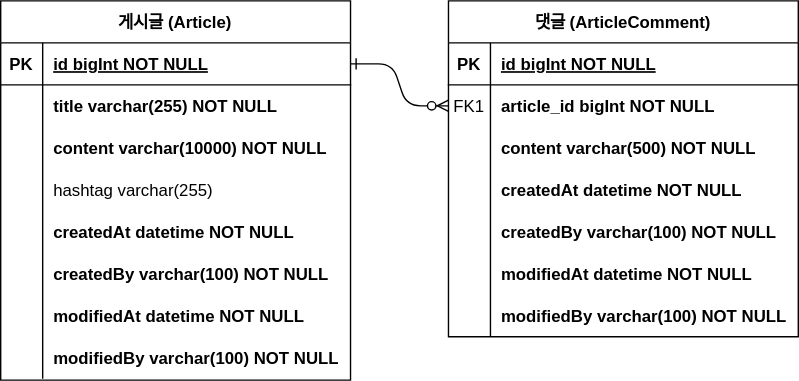
YuKyung-Chung/board-service keeps this draw.io diagram as document/board-erd.svg. Above is the earlier version. Source tidied: cells renumbered, new cells last; positions are measured from the earlier drawing's top-left corner, leaving out a move shared by most shapes.
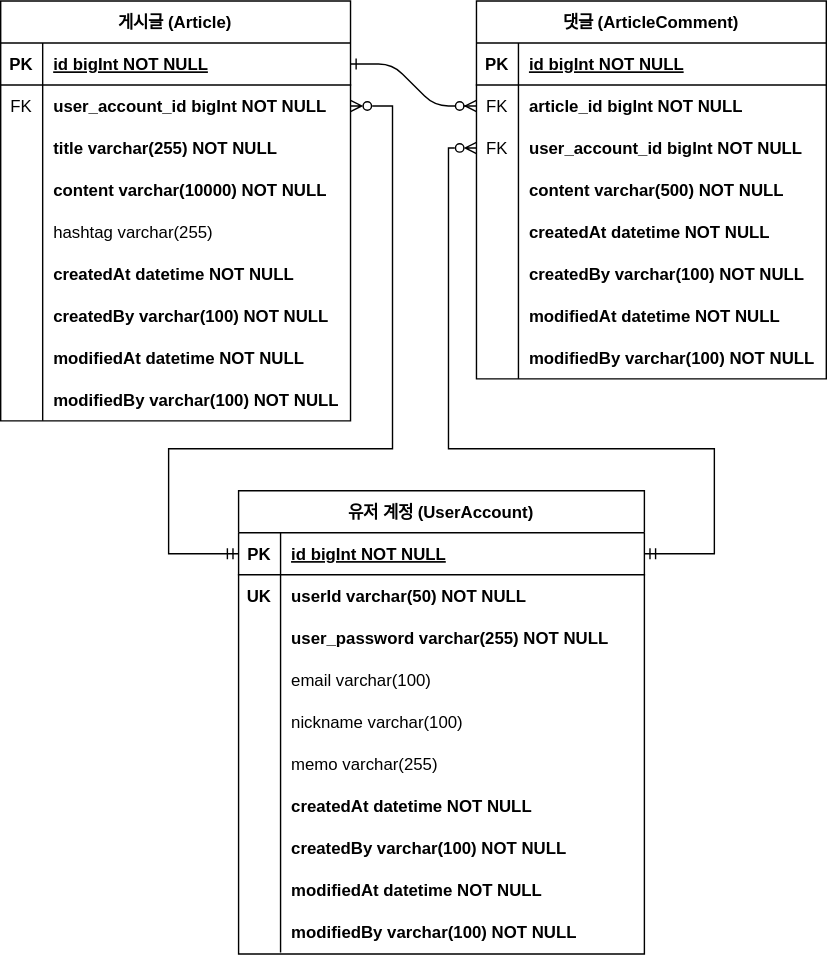
After the commit.

Commit message:
#17 - board-erd.svg에 유저계정 도메인 추가

Change to the diagram source:
```diff
@@ -6,7 +6,7 @@
       <mxGeometry relative="1" as="geometry" />
     </mxCell>
     <mxCell id="3" value="댓글 (ArticleComment)" style="shape=table;startSize=30;rowLines=0;fontStyle=1;align=center;" parent="1" vertex="1">
-      <mxGeometry x="320" width="250" height="240" as="geometry" />
+      <mxGeometry x="340" width="250" height="270" as="geometry" />
     </mxCell>
     <mxCell id="4" style="shape=partialRectangle;fillColor=none;top=0;left=0;right=0;bottom=1;" parent="3" vertex="1">
       <mxGeometry y="30" width="250" height="30" as="geometry" />
@@ -20,14 +20,23 @@
     <mxCell id="7" style="shape=partialRectangle;fillColor=none;points=[[0,0.5],[1,0.5]];portConstraint=eastwest;top=0;left=0;right=0;bottom=0;" parent="3" vertex="1">
       <mxGeometry y="60" width="250" height="30" as="geometry" />
     </mxCell>
-    <mxCell id="8" value="FK1" style="shape=partialRectangle;overflow=hidden;fillColor=none;top=0;left=0;bottom=0;right=0;" parent="7" vertex="1">
+    <mxCell id="8" value="FK" style="shape=partialRectangle;overflow=hidden;fillColor=none;top=0;left=0;bottom=0;right=0;" parent="7" vertex="1">
       <mxGeometry width="30" height="30" as="geometry" />
     </mxCell>
     <mxCell id="9" value="article_id bigInt NOT NULL" style="shape=partialRectangle;overflow=hidden;fillColor=none;top=0;left=0;bottom=0;right=0;align=left;spacingLeft=6;fontStyle=1;" parent="7" vertex="1">
       <mxGeometry x="30" width="220" height="30" as="geometry" />
     </mxCell>
+    <mxCell id="50" style="shape=partialRectangle;fillColor=none;points=[[0,0.5],[1,0.5]];portConstraint=eastwest;top=0;left=0;right=0;bottom=0;" parent="3" vertex="1">
+      <mxGeometry y="90" width="250" height="30" as="geometry" />
+    </mxCell>
+    <mxCell id="51" value="FK" style="shape=partialRectangle;overflow=hidden;fillColor=none;top=0;left=0;bottom=0;right=0;" parent="50" vertex="1">
+      <mxGeometry width="30" height="30" as="geometry" />
+    </mxCell>
+    <mxCell id="52" value="user_account_id bigInt NOT NULL" style="shape=partialRectangle;overflow=hidden;fillColor=none;top=0;left=0;bottom=0;right=0;align=left;spacingLeft=6;fontStyle=1;" parent="50" vertex="1">
+      <mxGeometry x="30" width="220" height="30" as="geometry" />
+    </mxCell>
     <mxCell id="10" style="shape=partialRectangle;fillColor=none;top=0;left=0;right=0;bottom=0;" parent="3" vertex="1">
-      <mxGeometry y="90" width="250" height="30" as="geometry" />
+      <mxGeometry y="120" width="250" height="30" as="geometry" />
     </mxCell>
     <mxCell id="11" style="shape=partialRectangle;overflow=hidden;fillColor=none;top=0;left=0;bottom=0;right=0;" parent="10" vertex="1">
       <mxGeometry width="30" height="30" as="geometry" />
@@ -36,7 +45,7 @@
       <mxGeometry x="30" width="220" height="30" as="geometry" />
     </mxCell>
     <mxCell id="13" style="shape=partialRectangle;fillColor=none;top=0;left=0;right=0;bottom=0;" parent="3" vertex="1">
-      <mxGeometry y="120" width="250" height="30" as="geometry" />
+      <mxGeometry y="150" width="250" height="30" as="geometry" />
     </mxCell>
     <mxCell id="14" style="shape=partialRectangle;overflow=hidden;fillColor=none;top=0;left=0;bottom=0;right=0;" parent="13" vertex="1">
       <mxGeometry width="30" height="30" as="geometry" />
@@ -45,7 +54,7 @@
       <mxGeometry x="30" width="220" height="30" as="geometry" />
     </mxCell>
     <mxCell id="16" style="shape=partialRectangle;fillColor=none;top=0;left=0;right=0;bottom=0;" parent="3" vertex="1">
-      <mxGeometry y="150" width="250" height="30" as="geometry" />
+      <mxGeometry y="180" width="250" height="30" as="geometry" />
     </mxCell>
     <mxCell id="17" style="shape=partialRectangle;overflow=hidden;fillColor=none;top=0;left=0;bottom=0;right=0;" parent="16" vertex="1">
       <mxGeometry width="30" height="30" as="geometry" />
@@ -54,7 +63,7 @@
       <mxGeometry x="30" width="220" height="30" as="geometry" />
     </mxCell>
     <mxCell id="19" style="shape=partialRectangle;fillColor=none;top=0;left=0;right=0;bottom=0;" parent="3" vertex="1">
-      <mxGeometry y="180" width="250" height="30" as="geometry" />
+      <mxGeometry y="210" width="250" height="30" as="geometry" />
     </mxCell>
     <mxCell id="20" style="shape=partialRectangle;overflow=hidden;fillColor=none;top=0;left=0;bottom=0;right=0;" parent="19" vertex="1">
       <mxGeometry width="30" height="30" as="geometry" />
@@ -63,7 +72,7 @@
       <mxGeometry x="30" width="220" height="30" as="geometry" />
     </mxCell>
     <mxCell id="22" style="shape=partialRectangle;fillColor=none;top=0;left=0;right=0;bottom=0;" parent="3" vertex="1">
-      <mxGeometry y="210" width="250" height="30" as="geometry" />
+      <mxGeometry y="240" width="250" height="30" as="geometry" />
     </mxCell>
     <mxCell id="23" style="shape=partialRectangle;overflow=hidden;fillColor=none;top=0;left=0;bottom=0;right=0;" parent="22" vertex="1">
       <mxGeometry width="30" height="30" as="geometry" />
@@ -72,7 +81,7 @@
       <mxGeometry x="30" width="220" height="30" as="geometry" />
     </mxCell>
     <mxCell id="25" value="게시글 (Article)" style="shape=table;startSize=30;rowLines=0;fontStyle=1;align=center;" parent="1" vertex="1">
-      <mxGeometry width="250" height="271" as="geometry" />
+      <mxGeometry width="250" height="300" as="geometry" />
     </mxCell>
     <mxCell id="26" style="shape=partialRectangle;fillColor=none;points=[[0,0.5],[1,0.5]];portConstraint=eastwest;top=0;left=0;right=0;bottom=1;" parent="25" vertex="1">
       <mxGeometry y="30" width="250" height="30" as="geometry" />
@@ -89,11 +98,20 @@
     <mxCell id="30" style="shape=partialRectangle;overflow=hidden;fillColor=none;top=0;left=0;bottom=0;right=0;" parent="29" vertex="1">
       <mxGeometry width="30" height="30" as="geometry" />
     </mxCell>
-    <mxCell id="31" value="title varchar(255) NOT NULL" style="shape=partialRectangle;overflow=hidden;fillColor=none;top=0;left=0;bottom=0;right=0;align=left;spacingLeft=6;fontStyle=1;" parent="29" vertex="1">
+    <mxCell id="31" value="user_account_id bigInt NOT NULL" style="shape=partialRectangle;overflow=hidden;fillColor=none;top=0;left=0;bottom=0;right=0;align=left;spacingLeft=6;fontStyle=1;" parent="29" vertex="1">
       <mxGeometry x="30" width="220" height="30" as="geometry" />
     </mxCell>
+    <mxCell id="53" style="shape=partialRectangle;fillColor=none;top=0;left=0;right=0;bottom=0;" parent="25" vertex="1">
+      <mxGeometry y="90" width="250" height="30" as="geometry" />
+    </mxCell>
+    <mxCell id="54" style="shape=partialRectangle;overflow=hidden;fillColor=none;top=0;left=0;bottom=0;right=0;" parent="53" vertex="1">
+      <mxGeometry width="30" height="30" as="geometry" />
+    </mxCell>
+    <mxCell id="55" value="title varchar(255) NOT NULL" style="shape=partialRectangle;overflow=hidden;fillColor=none;top=0;left=0;bottom=0;right=0;align=left;spacingLeft=6;fontStyle=1;" parent="53" vertex="1">
+      <mxGeometry x="30" width="220" height="30" as="geometry" />
+    </mxCell>
     <mxCell id="32" style="shape=partialRectangle;fillColor=none;top=0;left=0;right=0;bottom=0;" parent="25" vertex="1">
-      <mxGeometry y="90" width="250" height="30" as="geometry" />
+      <mxGeometry y="120" width="250" height="30" as="geometry" />
     </mxCell>
     <mxCell id="33" style="shape=partialRectangle;overflow=hidden;fillColor=none;top=0;left=0;bottom=0;right=0;" parent="32" vertex="1">
       <mxGeometry width="30" height="30" as="geometry" />
@@ -102,7 +120,7 @@
       <mxGeometry x="30" width="220" height="30" as="geometry" />
     </mxCell>
     <mxCell id="35" style="shape=partialRectangle;fillColor=none;top=0;left=0;right=0;bottom=0;" parent="25" vertex="1">
-      <mxGeometry y="120" width="250" height="30" as="geometry" />
+      <mxGeometry y="150" width="250" height="30" as="geometry" />
     </mxCell>
     <mxCell id="36" style="shape=partialRectangle;overflow=hidden;fillColor=none;top=0;left=0;bottom=0;right=0;" parent="35" vertex="1">
       <mxGeometry width="30" height="30" as="geometry" />
@@ -111,7 +129,7 @@
       <mxGeometry x="30" width="220" height="30" as="geometry" />
     </mxCell>
     <mxCell id="38" style="shape=partialRectangle;fillColor=none;top=0;left=0;right=0;bottom=0;" parent="25" vertex="1">
-      <mxGeometry y="150" width="250" height="30" as="geometry" />
+      <mxGeometry y="180" width="250" height="30" as="geometry" />
     </mxCell>
     <mxCell id="39" style="shape=partialRectangle;overflow=hidden;fillColor=none;top=0;left=0;bottom=0;right=0;" parent="38" vertex="1">
       <mxGeometry width="30" height="30" as="geometry" />
@@ -120,7 +138,7 @@
       <mxGeometry x="30" width="220" height="30" as="geometry" />
     </mxCell>
     <mxCell id="41" style="shape=partialRectangle;fillColor=none;top=0;left=0;right=0;bottom=0;" parent="25" vertex="1">
-      <mxGeometry y="180" width="250" height="30" as="geometry" />
+      <mxGeometry y="210" width="250" height="30" as="geometry" />
     </mxCell>
     <mxCell id="42" style="shape=partialRectangle;overflow=hidden;fillColor=none;top=0;left=0;bottom=0;right=0;" parent="41" vertex="1">
       <mxGeometry width="30" height="30" as="geometry" />
@@ -129,7 +147,7 @@
       <mxGeometry x="30" width="220" height="30" as="geometry" />
     </mxCell>
     <mxCell id="44" style="shape=partialRectangle;fillColor=none;top=0;left=0;right=0;bottom=0;" parent="25" vertex="1">
-      <mxGeometry y="210" width="250" height="30" as="geometry" />
+      <mxGeometry y="240" width="250" height="30" as="geometry" />
     </mxCell>
     <mxCell id="45" style="shape=partialRectangle;overflow=hidden;fillColor=none;top=0;left=0;bottom=0;right=0;" parent="44" vertex="1">
       <mxGeometry width="30" height="30" as="geometry" />
@@ -138,7 +156,7 @@
       <mxGeometry x="30" width="220" height="30" as="geometry" />
     </mxCell>
     <mxCell id="47" style="shape=partialRectangle;fillColor=none;top=0;left=0;right=0;bottom=0;" parent="25" vertex="1">
-      <mxGeometry y="240" width="250" height="30" as="geometry" />
+      <mxGeometry y="270" width="250" height="30" as="geometry" />
     </mxCell>
     <mxCell id="48" style="shape=partialRectangle;overflow=hidden;fillColor=none;top=0;left=0;bottom=0;right=0;" parent="47" vertex="1">
       <mxGeometry width="30" height="30" as="geometry" />
@@ -146,5 +164,124 @@
     <mxCell id="49" value="modifiedBy varchar(100) NOT NULL" style="shape=partialRectangle;overflow=hidden;fillColor=none;top=0;left=0;bottom=0;right=0;align=left;spacingLeft=6;fontStyle=1;" parent="47" vertex="1">
       <mxGeometry x="30" width="220" height="30" as="geometry" />
     </mxCell>
+    <mxCell id="56" value="유저 계정 (UserAccount)" style="shape=table;startSize=30;rowLines=0;fontStyle=1;align=center;" parent="1" vertex="1">
+      <mxGeometry x="170" y="350" width="290" height="331" as="geometry" />
+    </mxCell>
+    <mxCell id="57" style="shape=partialRectangle;fillColor=none;points=[[0,0.5],[1,0.5]];portConstraint=eastwest;top=0;left=0;right=0;bottom=1;" parent="56" vertex="1">
+      <mxGeometry y="30" width="290" height="30" as="geometry" />
+    </mxCell>
+    <mxCell id="58" value="PK" style="shape=partialRectangle;overflow=hidden;fillColor=none;top=0;left=0;bottom=0;right=0;fontStyle=1;" parent="57" vertex="1">
+      <mxGeometry width="30" height="30" as="geometry" />
+    </mxCell>
+    <mxCell id="59" value="id bigInt NOT NULL " style="shape=partialRectangle;overflow=hidden;fillColor=none;top=0;left=0;bottom=0;right=0;align=left;spacingLeft=6;fontStyle=5;" parent="57" vertex="1">
+      <mxGeometry x="30" width="260" height="30" as="geometry" />
+    </mxCell>
+    <mxCell id="60" style="shape=partialRectangle;fillColor=none;top=0;left=0;right=0;bottom=0;" parent="56" vertex="1">
+      <mxGeometry y="60" width="290" height="30" as="geometry" />
+    </mxCell>
+    <mxCell id="61" style="shape=partialRectangle;overflow=hidden;fillColor=none;top=0;left=0;bottom=0;right=0;" parent="60" vertex="1">
+      <mxGeometry width="30" height="30" as="geometry" />
+    </mxCell>
+    <mxCell id="62" value="userId varchar(50) NOT NULL" style="shape=partialRectangle;overflow=hidden;fillColor=none;top=0;left=0;bottom=0;right=0;align=left;spacingLeft=6;fontStyle=1;" parent="60" vertex="1">
+      <mxGeometry x="30" width="260" height="30" as="geometry" />
+    </mxCell>
+    <mxCell id="63" style="shape=partialRectangle;fillColor=none;top=0;left=0;right=0;bottom=0;" parent="56" vertex="1">
+      <mxGeometry y="90" width="290" height="30" as="geometry" />
+    </mxCell>
+    <mxCell id="64" style="shape=partialRectangle;overflow=hidden;fillColor=none;top=0;left=0;bottom=0;right=0;" parent="63" vertex="1">
+      <mxGeometry width="30" height="30" as="geometry" />
+    </mxCell>
+    <mxCell id="65" value="user_password varchar(255) NOT NULL" style="shape=partialRectangle;overflow=hidden;fillColor=none;top=0;left=0;bottom=0;right=0;align=left;spacingLeft=6;fontStyle=1;" parent="63" vertex="1">
+      <mxGeometry x="30" width="260" height="30" as="geometry" />
+    </mxCell>
+    <mxCell id="66" style="shape=partialRectangle;fillColor=none;top=0;left=0;right=0;bottom=0;" parent="56" vertex="1">
+      <mxGeometry y="120" width="290" height="30" as="geometry" />
+    </mxCell>
+    <mxCell id="67" style="shape=partialRectangle;overflow=hidden;fillColor=none;top=0;left=0;bottom=0;right=0;" parent="66" vertex="1">
+      <mxGeometry width="30" height="30" as="geometry" />
+    </mxCell>
+    <mxCell id="68" value="email varchar(100)" style="shape=partialRectangle;overflow=hidden;fillColor=none;top=0;left=0;bottom=0;right=0;align=left;spacingLeft=6;" parent="66" vertex="1">
+      <mxGeometry x="30" width="260" height="30" as="geometry" />
+    </mxCell>
+    <mxCell id="69" style="shape=partialRectangle;fillColor=none;top=0;left=0;right=0;bottom=0;" parent="56" vertex="1">
+      <mxGeometry y="150" width="290" height="30" as="geometry" />
+    </mxCell>
+    <mxCell id="70" style="shape=partialRectangle;overflow=hidden;fillColor=none;top=0;left=0;bottom=0;right=0;" parent="69" vertex="1">
+      <mxGeometry width="30" height="30" as="geometry" />
+    </mxCell>
+    <mxCell id="71" value="nickname varchar(100)" style="shape=partialRectangle;overflow=hidden;fillColor=none;top=0;left=0;bottom=0;right=0;align=left;spacingLeft=6;" parent="69" vertex="1">
+      <mxGeometry x="30" width="260" height="30" as="geometry" />
+    </mxCell>
+    <mxCell id="72" style="shape=partialRectangle;fillColor=none;top=0;left=0;right=0;bottom=0;" parent="56" vertex="1">
+      <mxGeometry y="180" width="290" height="30" as="geometry" />
+    </mxCell>
+    <mxCell id="73" style="shape=partialRectangle;overflow=hidden;fillColor=none;top=0;left=0;bottom=0;right=0;" parent="72" vertex="1">
+      <mxGeometry width="30" height="30" as="geometry" />
+    </mxCell>
+    <mxCell id="74" value="memo varchar(255)" style="shape=partialRectangle;overflow=hidden;fillColor=none;top=0;left=0;bottom=0;right=0;align=left;spacingLeft=6;" parent="72" vertex="1">
+      <mxGeometry x="30" width="260" height="30" as="geometry" />
+    </mxCell>
+    <mxCell id="75" style="shape=partialRectangle;fillColor=none;top=0;left=0;right=0;bottom=0;" parent="56" vertex="1">
+      <mxGeometry y="210" width="290" height="30" as="geometry" />
+    </mxCell>
+    <mxCell id="76" style="shape=partialRectangle;overflow=hidden;fillColor=none;top=0;left=0;bottom=0;right=0;" parent="75" vertex="1">
+      <mxGeometry width="30" height="30" as="geometry" />
+    </mxCell>
+    <mxCell id="77" value="createdAt datetime NOT NULL" style="shape=partialRectangle;overflow=hidden;fillColor=none;top=0;left=0;bottom=0;right=0;align=left;spacingLeft=6;fontStyle=1;" parent="75" vertex="1">
+      <mxGeometry x="30" width="260" height="30" as="geometry" />
+    </mxCell>
+    <mxCell id="78" style="shape=partialRectangle;fillColor=none;top=0;left=0;right=0;bottom=0;" parent="56" vertex="1">
+      <mxGeometry y="240" width="290" height="30" as="geometry" />
+    </mxCell>
+    <mxCell id="79" style="shape=partialRectangle;overflow=hidden;fillColor=none;top=0;left=0;bottom=0;right=0;" parent="78" vertex="1">
+      <mxGeometry width="30" height="30" as="geometry" />
+    </mxCell>
+    <mxCell id="80" value="createdBy varchar(100) NOT NULL" style="shape=partialRectangle;overflow=hidden;fillColor=none;top=0;left=0;bottom=0;right=0;align=left;spacingLeft=6;fontStyle=1;" parent="78" vertex="1">
+      <mxGeometry x="30" width="260" height="30" as="geometry" />
+    </mxCell>
+    <mxCell id="81" style="shape=partialRectangle;fillColor=none;top=0;left=0;right=0;bottom=0;" parent="56" vertex="1">
+      <mxGeometry y="270" width="290" height="30" as="geometry" />
+    </mxCell>
+    <mxCell id="82" style="shape=partialRectangle;overflow=hidden;fillColor=none;top=0;left=0;bottom=0;right=0;" parent="81" vertex="1">
+      <mxGeometry width="30" height="30" as="geometry" />
+    </mxCell>
+    <mxCell id="83" value="modifiedAt datetime NOT NULL" style="shape=partialRectangle;overflow=hidden;fillColor=none;top=0;left=0;bottom=0;right=0;align=left;spacingLeft=6;fontStyle=1;" parent="81" vertex="1">
+      <mxGeometry x="30" width="260" height="30" as="geometry" />
+    </mxCell>
+    <mxCell id="84" style="shape=partialRectangle;fillColor=none;top=0;left=0;right=0;bottom=0;" parent="56" vertex="1">
+      <mxGeometry y="300" width="290" height="30" as="geometry" />
+    </mxCell>
+    <mxCell id="85" style="shape=partialRectangle;overflow=hidden;fillColor=none;top=0;left=0;bottom=0;right=0;" parent="84" vertex="1">
+      <mxGeometry width="30" height="30" as="geometry" />
+    </mxCell>
+    <mxCell id="86" value="modifiedBy varchar(100) NOT NULL" style="shape=partialRectangle;overflow=hidden;fillColor=none;top=0;left=0;bottom=0;right=0;align=left;spacingLeft=6;fontStyle=1;" parent="84" vertex="1">
+      <mxGeometry x="30" width="260" height="30" as="geometry" />
+    </mxCell>
+    <mxCell id="87" value="FK" style="shape=partialRectangle;overflow=hidden;fillColor=none;top=0;left=0;bottom=0;right=0;" parent="1" vertex="1">
+      <mxGeometry y="60" width="30" height="30" as="geometry" />
+    </mxCell>
+    <mxCell id="88" value="UK" style="shape=partialRectangle;overflow=hidden;fillColor=none;top=0;left=0;bottom=0;right=0;fontStyle=1;" parent="1" vertex="1">
+      <mxGeometry x="170" y="410" width="30" height="30" as="geometry" />
+    </mxCell>
+    <mxCell id="89" style="endArrow=ERzeroToMany;html=1;rounded=0;exitX=0;exitY=0.5;exitDx=0;exitDy=0;entryX=1;entryY=0.5;entryDx=0;entryDy=0;edgeStyle=orthogonalEdgeStyle;endFill=0;startArrow=ERmandOne;startFill=0;" parent="1" edge="1" source="57" target="29">
+      <mxGeometry relative="1" as="geometry">
+        <Array as="points">
+          <mxPoint x="120" y="395" />
+          <mxPoint x="120" y="320" />
+          <mxPoint x="280" y="320" />
+          <mxPoint x="280" y="75" />
+        </Array>
+      </mxGeometry>
+    </mxCell>
+    <mxCell id="90" style="endArrow=ERzeroToMany;html=1;rounded=0;exitX=1;exitY=0.5;exitDx=0;exitDy=0;edgeStyle=orthogonalEdgeStyle;endFill=0;startArrow=ERmandOne;startFill=0;entryX=0;entryY=0.5;entryDx=0;entryDy=0;" parent="1" edge="1" source="57" target="50">
+      <mxGeometry relative="1" as="geometry">
+        <Array as="points">
+          <mxPoint x="510" y="395" />
+          <mxPoint x="510" y="320" />
+          <mxPoint x="320" y="320" />
+          <mxPoint x="320" y="105" />
+        </Array>
+      </mxGeometry>
+    </mxCell>
   </root>
 </mxGraphModel>
```
